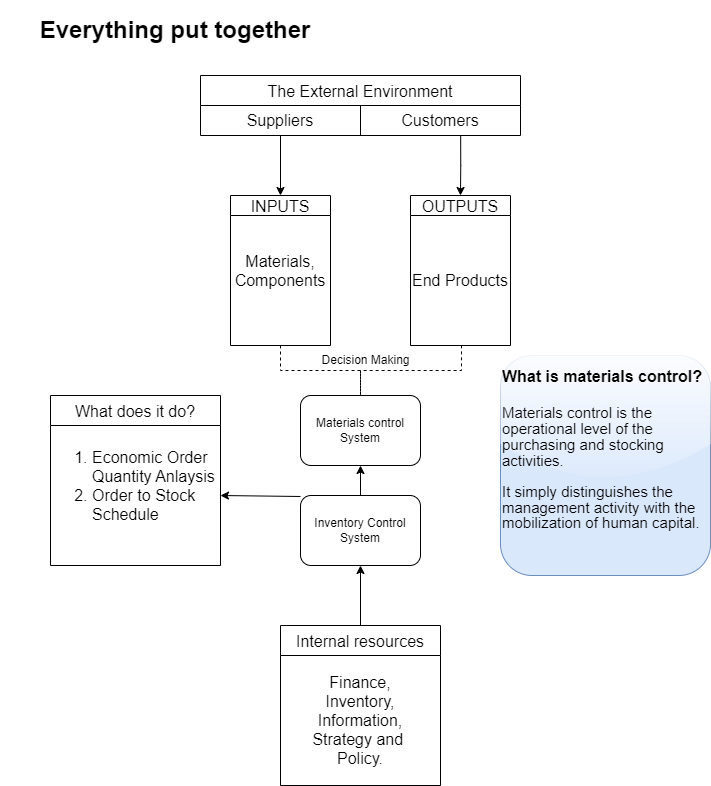
Earlier version of the draw.io export resources/Supplier Customer and Business.png (Iann-urus/Inventory-Control-System). Source tidied: cells renumbered, new cells last; positions are measured from the earlier drawing's top-left corner, leaving out a move shared by most shapes. The source it was exported from:
```xml
<mxGraphModel>
  <root>
    <mxCell id="0" />
    <mxCell id="1" parent="0" />
    <mxCell id="2" value="The External Environment" style="shape=table;startSize=30;strokeColor=default;fontSize=16;" parent="1" vertex="1">
      <mxGeometry x="200" y="60" width="320" height="60" as="geometry" />
    </mxCell>
    <mxCell id="3" style="shape=tableRow;horizontal=0;startSize=0;swimlaneHead=0;swimlaneBody=0;strokeColor=inherit;top=0;left=0;bottom=0;right=0;fillColor=none;points=[[0,0.5],[1,0.5]];portConstraint=eastwest;fontSize=16;" parent="2" vertex="1">
      <mxGeometry y="30" width="320" height="30" as="geometry" />
    </mxCell>
    <mxCell id="4" value="Suppliers" style="shape=partialRectangle;html=1;whiteSpace=wrap;strokeColor=inherit;overflow=hidden;fillColor=none;top=0;left=0;bottom=0;right=0;fontSize=16;" parent="3" vertex="1">
      <mxGeometry width="160" height="30" as="geometry" />
    </mxCell>
    <mxCell id="5" value="Customers" style="shape=partialRectangle;html=1;whiteSpace=wrap;strokeColor=inherit;overflow=hidden;fillColor=none;top=0;left=0;bottom=0;right=0;fontSize=16;" parent="3" vertex="1">
      <mxGeometry x="160" width="160" height="30" as="geometry" />
    </mxCell>
    <mxCell id="6" style="edgeStyle=orthogonalEdgeStyle;rounded=0;jettySize=auto;html=1;entryX=0.5;entryY=0;entryDx=0;entryDy=0;dashed=1;strokeColor=default;endArrow=none;endFill=0;" parent="1" edge="1" source="7" target="19">
      <mxGeometry relative="1" as="geometry" />
    </mxCell>
    <mxCell id="7" value="INPUTS" style="shape=table;startSize=20;strokeColor=default;fontSize=16;" parent="1" vertex="1">
      <mxGeometry x="230" y="180" width="100" height="150" as="geometry" />
    </mxCell>
    <mxCell id="8" style="shape=tableRow;horizontal=0;startSize=0;swimlaneHead=0;swimlaneBody=0;strokeColor=inherit;top=0;left=0;bottom=0;right=0;fillColor=none;fontSize=16;" parent="7" vertex="1">
      <mxGeometry y="20" width="100" height="130" as="geometry" />
    </mxCell>
    <mxCell id="9" value="Materials,&lt;div&gt;Components&lt;/div&gt;&lt;div&gt;&lt;br&gt;&lt;/div&gt;" style="shape=partialRectangle;html=1;whiteSpace=wrap;strokeColor=inherit;overflow=hidden;fillColor=none;top=0;left=0;bottom=0;right=0;fontSize=16;" parent="8" vertex="1">
      <mxGeometry width="100" height="130" as="geometry" />
    </mxCell>
    <mxCell id="10" value="OUTPUTS" style="shape=table;startSize=20;strokeColor=default;fontSize=16;" parent="1" vertex="1">
      <mxGeometry x="410" y="180" width="100" height="150" as="geometry" />
    </mxCell>
    <mxCell id="11" style="shape=tableRow;horizontal=0;startSize=0;swimlaneHead=0;swimlaneBody=0;strokeColor=inherit;top=0;left=0;bottom=0;right=0;fillColor=none;points=[[0,0.5],[1,0.5]];portConstraint=eastwest;fontSize=16;" parent="10" vertex="1">
      <mxGeometry y="20" width="100" height="130" as="geometry" />
    </mxCell>
    <mxCell id="12" value="End Products" style="shape=partialRectangle;html=1;whiteSpace=wrap;strokeColor=inherit;overflow=hidden;fillColor=none;top=0;left=0;bottom=0;right=0;fontSize=16;" parent="11" vertex="1">
      <mxGeometry width="100" height="130" as="geometry" />
    </mxCell>
    <mxCell id="13" style="edgeStyle=orthogonalEdgeStyle;rounded=0;jettySize=auto;html=1;exitX=0.813;exitY=1;exitDx=0;exitDy=0;entryX=0.5;entryY=0;entryDx=0;entryDy=0;exitPerimeter=0;" parent="1" edge="1" source="3" target="10">
      <mxGeometry relative="1" as="geometry" />
    </mxCell>
    <mxCell id="14" style="edgeStyle=orthogonalEdgeStyle;rounded=0;jettySize=auto;html=1;exitX=0.25;exitY=1;exitDx=0;exitDy=0;entryX=0.5;entryY=0;entryDx=0;entryDy=0;exitPerimeter=0;" parent="1" edge="1" source="3" target="7">
      <mxGeometry relative="1" as="geometry" />
    </mxCell>
    <mxCell id="15" style="edgeStyle=orthogonalEdgeStyle;rounded=0;jettySize=auto;html=1;" parent="1" edge="1" source="27" target="19">
      <mxGeometry relative="1" as="geometry" />
    </mxCell>
    <mxCell id="16" value="Internal resources" style="shape=table;startSize=30;strokeColor=default;fontSize=16;" parent="1" vertex="1">
      <mxGeometry x="280" y="610" width="160" height="160" as="geometry" />
    </mxCell>
    <mxCell id="17" style="shape=tableRow;horizontal=0;startSize=0;swimlaneHead=0;swimlaneBody=0;strokeColor=inherit;top=0;left=0;bottom=0;right=0;fillColor=none;fontSize=16;" parent="16" vertex="1">
      <mxGeometry y="30" width="160" height="130" as="geometry" />
    </mxCell>
    <mxCell id="18" value="Finance,&lt;div&gt;Inventory,&lt;/div&gt;&lt;div&gt;Information,&lt;/div&gt;&lt;div&gt;Strategy and&amp;nbsp;&lt;/div&gt;&lt;div&gt;Policy.&lt;/div&gt;" style="shape=partialRectangle;html=1;whiteSpace=wrap;strokeColor=inherit;overflow=hidden;fillColor=none;top=0;left=0;bottom=0;right=0;fontSize=16;" parent="17" vertex="1">
      <mxGeometry width="160" height="130" as="geometry" />
    </mxCell>
    <mxCell id="19" value="Materials control System" style="rounded=1;whiteSpace=wrap;html=1;" parent="1" vertex="1">
      <mxGeometry x="300" y="380" width="120" height="70" as="geometry" />
    </mxCell>
    <mxCell id="20" value="What does it do?" style="shape=table;startSize=30;strokeColor=default;fontSize=16;" parent="1" vertex="1">
      <mxGeometry x="50" y="380" width="170" height="170" as="geometry" />
    </mxCell>
    <mxCell id="21" style="shape=tableRow;horizontal=0;startSize=0;swimlaneHead=0;swimlaneBody=0;strokeColor=inherit;top=0;left=0;bottom=0;right=0;fillColor=none;points=[[0,0.5],[1,0.5]];portConstraint=eastwest;fontSize=16;" parent="20" vertex="1">
      <mxGeometry y="30" width="170" height="140" as="geometry" />
    </mxCell>
    <mxCell id="22" value="&lt;ol&gt;&lt;li&gt;Economic Order Quantity Anlaysis&lt;/li&gt;&lt;li&gt;&lt;span style=&quot;background-color: initial;&quot;&gt;Order to Stock Schedule&lt;/span&gt;&lt;/li&gt;&lt;/ol&gt;&lt;div&gt;&lt;div&gt;&lt;br&gt;&lt;/div&gt;&lt;/div&gt;" style="shape=partialRectangle;html=1;whiteSpace=wrap;strokeColor=inherit;overflow=hidden;fillColor=none;top=0;left=0;bottom=0;right=0;fontSize=16;align=left;" parent="21" vertex="1">
      <mxGeometry width="170" height="140" as="geometry" />
    </mxCell>
    <mxCell id="23" style="endArrow=classic;html=1;rounded=0;entryX=1;entryY=0.5;entryDx=0;entryDy=0;" parent="1" edge="1" target="21">
      <mxGeometry relative="1" as="geometry">
        <mxPoint x="300" y="481" as="sourcePoint" />
      </mxGeometry>
    </mxCell>
    <mxCell id="24" value="&lt;h1 style=&quot;margin-top: 0px; line-height: 100%;&quot;&gt;&lt;font style=&quot;font-size: 16px;&quot;&gt;What is materials control?&lt;/font&gt;&lt;/h1&gt;&lt;p style=&quot;line-height: 106%; font-size: 15px;&quot;&gt;&lt;font style=&quot;font-size: 15px;&quot;&gt;Materials control is the operational level of the purchasing and stocking activities.&lt;/font&gt;&lt;/p&gt;&lt;p style=&quot;line-height: 106%; font-size: 15px;&quot;&gt;&lt;font style=&quot;font-size: 15px;&quot;&gt;It simply distinguishes the management activity with the mobilization of human capital.&lt;/font&gt;&lt;/p&gt;" style="text;html=1;whiteSpace=wrap;overflow=hidden;rounded=1;fillColor=#dae8fc;strokeColor=#6c8ebf;glass=1;align=left;" parent="1" vertex="1">
      <mxGeometry x="500" y="340" width="210" height="220" as="geometry" />
    </mxCell>
    <mxCell id="25" value="&lt;h1&gt;Everything put together&lt;/h1&gt;" style="text;html=1;align=center;verticalAlign=middle;whiteSpace=wrap;rounded=0;" parent="1" vertex="1">
      <mxGeometry width="350" height="30" as="geometry" />
    </mxCell>
    <mxCell id="26" style="edgeStyle=orthogonalEdgeStyle;rounded=0;jettySize=auto;html=1;" parent="1" edge="1" source="16" target="27">
      <mxGeometry relative="1" as="geometry" />
    </mxCell>
    <mxCell id="27" value="Inventory Control&lt;div&gt;System&lt;/div&gt;" style="rounded=1;whiteSpace=wrap;html=1;" parent="1" vertex="1">
      <mxGeometry x="300" y="480" width="120" height="70" as="geometry" />
    </mxCell>
    <mxCell id="28" style="edgeStyle=orthogonalEdgeStyle;rounded=0;jettySize=auto;html=1;entryX=0.5;entryY=0;entryDx=0;entryDy=0;dashed=1;strokeColor=default;endArrow=none;endFill=0;exitX=0.51;exitY=0.999;exitDx=0;exitDy=0;exitPerimeter=0;" parent="1" edge="1" source="11" target="19">
      <mxGeometry relative="1" as="geometry" />
    </mxCell>
    <mxCell id="29" value="Decision Making" style="text;html=1;align=center;verticalAlign=middle;strokeColor=none;fillColor=none;" parent="1" vertex="1">
      <mxGeometry x="310" y="330" width="110" height="30" as="geometry" />
    </mxCell>
  </root>
</mxGraphModel>
```
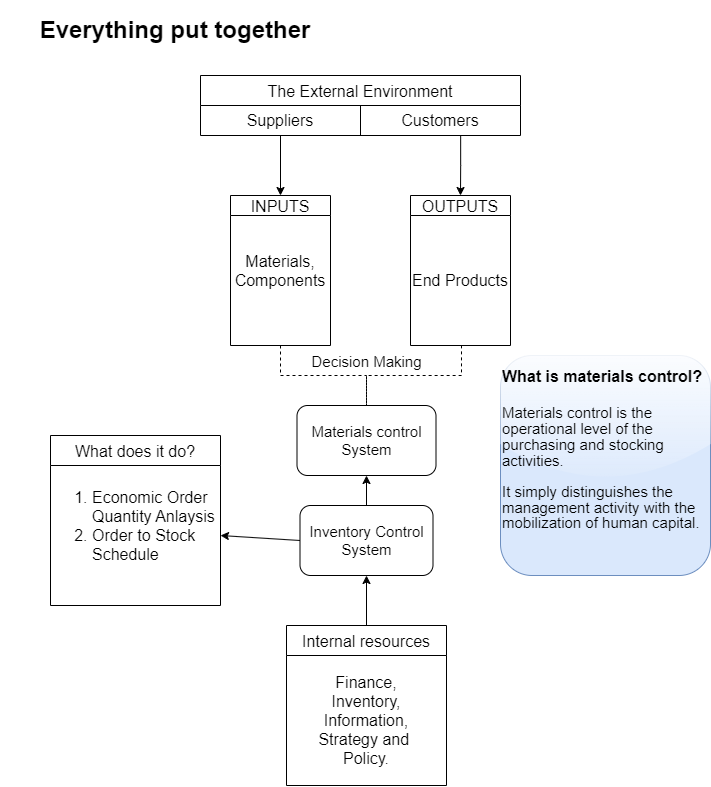
Above is the later version.

Diff of the diagram source:
```diff
@@ -1,4 +1,4 @@
-<mxGraphModel>
+<mxGraphModel background="#FFFFFF">
   <root>
     <mxCell id="0" />
     <mxCell id="1" parent="0" />
@@ -45,7 +45,7 @@
       <mxGeometry relative="1" as="geometry" />
     </mxCell>
     <mxCell id="16" value="Internal resources" style="shape=table;startSize=30;strokeColor=default;fontSize=16;" parent="1" vertex="1">
-      <mxGeometry x="280" y="610" width="160" height="160" as="geometry" />
+      <mxGeometry x="286" y="610" width="160" height="160" as="geometry" />
     </mxCell>
     <mxCell id="17" style="shape=tableRow;horizontal=0;startSize=0;swimlaneHead=0;swimlaneBody=0;strokeColor=inherit;top=0;left=0;bottom=0;right=0;fillColor=none;fontSize=16;" parent="16" vertex="1">
       <mxGeometry y="30" width="160" height="130" as="geometry" />
@@ -53,11 +53,11 @@
     <mxCell id="18" value="Finance,&lt;div&gt;Inventory,&lt;/div&gt;&lt;div&gt;Information,&lt;/div&gt;&lt;div&gt;Strategy and&amp;nbsp;&lt;/div&gt;&lt;div&gt;Policy.&lt;/div&gt;" style="shape=partialRectangle;html=1;whiteSpace=wrap;strokeColor=inherit;overflow=hidden;fillColor=none;top=0;left=0;bottom=0;right=0;fontSize=16;" parent="17" vertex="1">
       <mxGeometry width="160" height="130" as="geometry" />
     </mxCell>
-    <mxCell id="19" value="Materials control System" style="rounded=1;whiteSpace=wrap;html=1;" parent="1" vertex="1">
-      <mxGeometry x="300" y="380" width="120" height="70" as="geometry" />
+    <mxCell id="19" value="&lt;font style=&quot;font-size: 15px;&quot;&gt;Materials control System&lt;/font&gt;" style="rounded=1;whiteSpace=wrap;html=1;" parent="1" vertex="1">
+      <mxGeometry x="296.5" y="390" width="139" height="70" as="geometry" />
     </mxCell>
     <mxCell id="20" value="What does it do?" style="shape=table;startSize=30;strokeColor=default;fontSize=16;" parent="1" vertex="1">
-      <mxGeometry x="50" y="380" width="170" height="170" as="geometry" />
+      <mxGeometry x="50" y="420" width="170" height="170" as="geometry" />
     </mxCell>
     <mxCell id="21" style="shape=tableRow;horizontal=0;startSize=0;swimlaneHead=0;swimlaneBody=0;strokeColor=inherit;top=0;left=0;bottom=0;right=0;fillColor=none;points=[[0,0.5],[1,0.5]];portConstraint=eastwest;fontSize=16;" parent="20" vertex="1">
       <mxGeometry y="30" width="170" height="140" as="geometry" />
@@ -65,10 +65,8 @@
     <mxCell id="22" value="&lt;ol&gt;&lt;li&gt;Economic Order Quantity Anlaysis&lt;/li&gt;&lt;li&gt;&lt;span style=&quot;background-color: initial;&quot;&gt;Order to Stock Schedule&lt;/span&gt;&lt;/li&gt;&lt;/ol&gt;&lt;div&gt;&lt;div&gt;&lt;br&gt;&lt;/div&gt;&lt;/div&gt;" style="shape=partialRectangle;html=1;whiteSpace=wrap;strokeColor=inherit;overflow=hidden;fillColor=none;top=0;left=0;bottom=0;right=0;fontSize=16;align=left;" parent="21" vertex="1">
       <mxGeometry width="170" height="140" as="geometry" />
     </mxCell>
-    <mxCell id="23" style="endArrow=classic;html=1;rounded=0;entryX=1;entryY=0.5;entryDx=0;entryDy=0;" parent="1" edge="1" target="21">
-      <mxGeometry relative="1" as="geometry">
-        <mxPoint x="300" y="481" as="sourcePoint" />
-      </mxGeometry>
+    <mxCell id="23" style="endArrow=classic;html=1;rounded=0;entryX=1;entryY=0.5;entryDx=0;entryDy=0;exitX=0;exitY=0.5;exitDx=0;exitDy=0;" parent="1" edge="1" source="27" target="21">
+      <mxGeometry relative="1" as="geometry" />
     </mxCell>
     <mxCell id="24" value="&lt;h1 style=&quot;margin-top: 0px; line-height: 100%;&quot;&gt;&lt;font style=&quot;font-size: 16px;&quot;&gt;What is materials control?&lt;/font&gt;&lt;/h1&gt;&lt;p style=&quot;line-height: 106%; font-size: 15px;&quot;&gt;&lt;font style=&quot;font-size: 15px;&quot;&gt;Materials control is the operational level of the purchasing and stocking activities.&lt;/font&gt;&lt;/p&gt;&lt;p style=&quot;line-height: 106%; font-size: 15px;&quot;&gt;&lt;font style=&quot;font-size: 15px;&quot;&gt;It simply distinguishes the management activity with the mobilization of human capital.&lt;/font&gt;&lt;/p&gt;" style="text;html=1;whiteSpace=wrap;overflow=hidden;rounded=1;fillColor=#dae8fc;strokeColor=#6c8ebf;glass=1;align=left;" parent="1" vertex="1">
       <mxGeometry x="500" y="340" width="210" height="220" as="geometry" />
@@ -79,14 +77,14 @@
     <mxCell id="26" style="edgeStyle=orthogonalEdgeStyle;rounded=0;jettySize=auto;html=1;" parent="1" edge="1" source="16" target="27">
       <mxGeometry relative="1" as="geometry" />
     </mxCell>
-    <mxCell id="27" value="Inventory Control&lt;div&gt;System&lt;/div&gt;" style="rounded=1;whiteSpace=wrap;html=1;" parent="1" vertex="1">
-      <mxGeometry x="300" y="480" width="120" height="70" as="geometry" />
+    <mxCell id="27" value="&lt;font style=&quot;font-size: 15px;&quot;&gt;Inventory Control&lt;/font&gt;&lt;div style=&quot;font-size: 15px;&quot;&gt;&lt;font style=&quot;font-size: 15px;&quot;&gt;System&lt;/font&gt;&lt;/div&gt;" style="rounded=1;whiteSpace=wrap;html=1;" parent="1" vertex="1">
+      <mxGeometry x="299.5" y="490" width="133" height="70" as="geometry" />
     </mxCell>
     <mxCell id="28" style="edgeStyle=orthogonalEdgeStyle;rounded=0;jettySize=auto;html=1;entryX=0.5;entryY=0;entryDx=0;entryDy=0;dashed=1;strokeColor=default;endArrow=none;endFill=0;exitX=0.51;exitY=0.999;exitDx=0;exitDy=0;exitPerimeter=0;" parent="1" edge="1" source="11" target="19">
       <mxGeometry relative="1" as="geometry" />
     </mxCell>
-    <mxCell id="29" value="Decision Making" style="text;html=1;align=center;verticalAlign=middle;strokeColor=none;fillColor=none;" parent="1" vertex="1">
-      <mxGeometry x="310" y="330" width="110" height="30" as="geometry" />
+    <mxCell id="29" value="Decision Making" style="text;html=1;align=center;verticalAlign=middle;strokeColor=none;fillColor=none;fontSize=15;" parent="1" vertex="1">
+      <mxGeometry x="302" y="331" width="128" height="30" as="geometry" />
     </mxCell>
   </root>
 </mxGraphModel>
```
